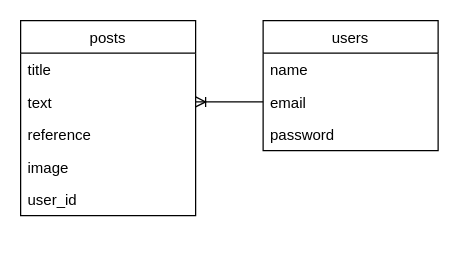
kurigaki/index-37191 keeps this draw.io diagram as ER.dio. Above is the earlier version. Source tidied: cells renumbered, new cells numbered last; positions are measured from the earlier drawing's top-left corner, leaving out a move shared by most shapes. Both pictures are drawn from the tidied source at 125%, with x=0, y=0 at pixel (20, 20).
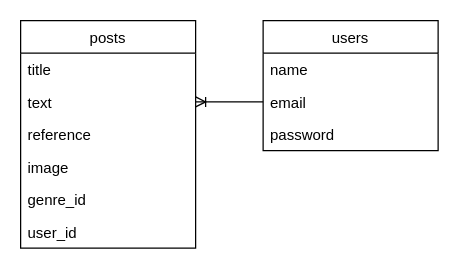
The same page after the edit.

The edit, as a diff of the source:
```diff
@@
 <mxGraphModel>
   <root>
     <mxCell id="0" />
     <mxCell id="1" parent="0" />
     <mxCell id="2" value="posts" style="swimlane;fontStyle=0;horizontal=1;startSize=26;" parent="1" vertex="1">
-      <mxGeometry width="140" height="156" as="geometry" />
+      <mxGeometry width="140" height="182" as="geometry" />
     </mxCell>
     <mxCell id="3" value="title" style="text;strokeColor=none;fillColor=none;align=left;verticalAlign=top;spacingLeft=4;spacingRight=4;overflow=hidden;" parent="2" vertex="1">
       <mxGeometry y="26" width="140" height="26" as="geometry" />
     </mxCell>
     <mxCell id="4" value="text" style="text;strokeColor=none;fillColor=none;align=left;verticalAlign=top;spacingLeft=4;spacingRight=4;overflow=hidden;points=[[0,0.5],[1,0.5]];portConstraint=eastwest;" parent="2" vertex="1">
       <mxGeometry y="52" width="140" height="26" as="geometry" />
     </mxCell>
     <mxCell id="5" value="reference" style="text;strokeColor=none;fillColor=none;align=left;verticalAlign=top;spacingLeft=4;spacingRight=4;overflow=hidden;" parent="2" vertex="1">
       <mxGeometry y="78" width="140" height="26" as="geometry" />
     </mxCell>
     <mxCell id="6" value="image" style="text;strokeColor=none;fillColor=none;align=left;verticalAlign=top;spacingLeft=4;spacingRight=4;overflow=hidden;" parent="2" vertex="1">
       <mxGeometry y="104" width="140" height="26" as="geometry" />
     </mxCell>
-    <mxCell id="7" value="user_id" style="text;strokeColor=none;fillColor=none;align=left;verticalAlign=top;spacingLeft=4;spacingRight=4;overflow=hidden;" parent="2" vertex="1">
+    <mxCell id="7" value="genre_id" style="text;strokeColor=none;fillColor=none;align=left;verticalAlign=top;spacingLeft=4;spacingRight=4;overflow=hidden;" parent="2" vertex="1">
       <mxGeometry y="130" width="140" height="26" as="geometry" />
     </mxCell>
+    <mxCell id="13" value="user_id" style="text;strokeColor=none;fillColor=none;align=left;verticalAlign=top;spacingLeft=4;spacingRight=4;overflow=hidden;" parent="2" vertex="1">
+      <mxGeometry y="156" width="140" height="26" as="geometry" />
+    </mxCell>
     <mxCell id="8" value="users" style="swimlane;fontStyle=0;horizontal=1;startSize=26;" parent="1" vertex="1">
       <mxGeometry x="194" width="140" height="104" as="geometry" />
     </mxCell>
     <mxCell id="9" value="name" style="text;strokeColor=none;fillColor=none;align=left;verticalAlign=top;spacingLeft=4;spacingRight=4;overflow=hidden;" parent="8" vertex="1">
       <mxGeometry y="26" width="140" height="26" as="geometry" />
     </mxCell>
     <mxCell id="10" value="email" style="text;strokeColor=none;fillColor=none;align=left;verticalAlign=top;spacingLeft=4;spacingRight=4;overflow=hidden;points=[[0,0.5],[1,0.5]];portConstraint=eastwest;" parent="8" vertex="1">
       <mxGeometry y="52" width="140" height="26" as="geometry" />
     </mxCell>
     <mxCell id="11" value="password" style="text;strokeColor=none;fillColor=none;align=left;verticalAlign=top;spacingLeft=4;spacingRight=4;overflow=hidden;" parent="8" vertex="1">
       <mxGeometry y="78" width="140" height="26" as="geometry" />
     </mxCell>
     <mxCell id="12" style="edgeStyle=entityRelationEdgeStyle;fontSize=12;html=1;endArrow=ERoneToMany;exitX=0;exitY=0.5;exitDx=0;exitDy=0;entryX=1;entryY=0.5;entryDx=0;entryDy=0;" parent="1" edge="1" source="10" target="4">
       <mxGeometry relative="1" as="geometry" />
     </mxCell>
   </root>
 </mxGraphModel>
```
